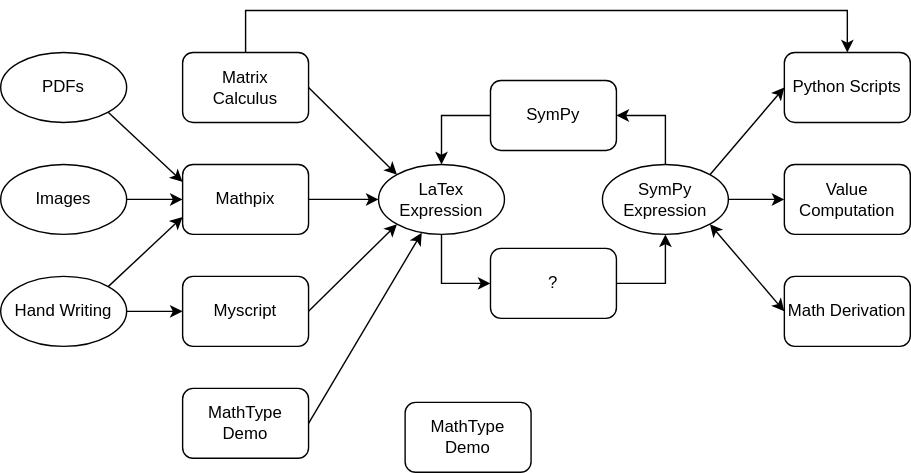
Above: images/math tools.svg in Magic-wei/make_work_easier (draw.io), before the change. Source tidied: cells renumbered, new cells last; positions are measured from the earlier drawing's top-left corner, leaving out a move shared by most shapes.
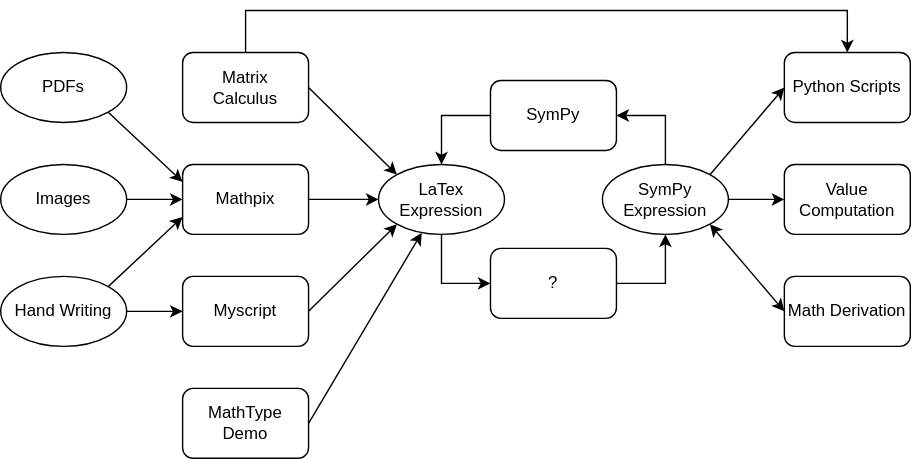
After the commit.

Change to the diagram source:
```diff
@@ -97,8 +97,5 @@
     <mxCell id="31" value="Math Derivation" style="rounded=1;whiteSpace=wrap;html=1;" parent="1" vertex="1">
       <mxGeometry x="560" y="190" width="90" height="50" as="geometry" />
     </mxCell>
-    <mxCell id="32" value="MathType&lt;br&gt;Demo" style="rounded=1;whiteSpace=wrap;html=1;" parent="1" vertex="1">
-      <mxGeometry x="289" y="280" width="90" height="50" as="geometry" />
-    </mxCell>
   </root>
 </mxGraphModel>
```
